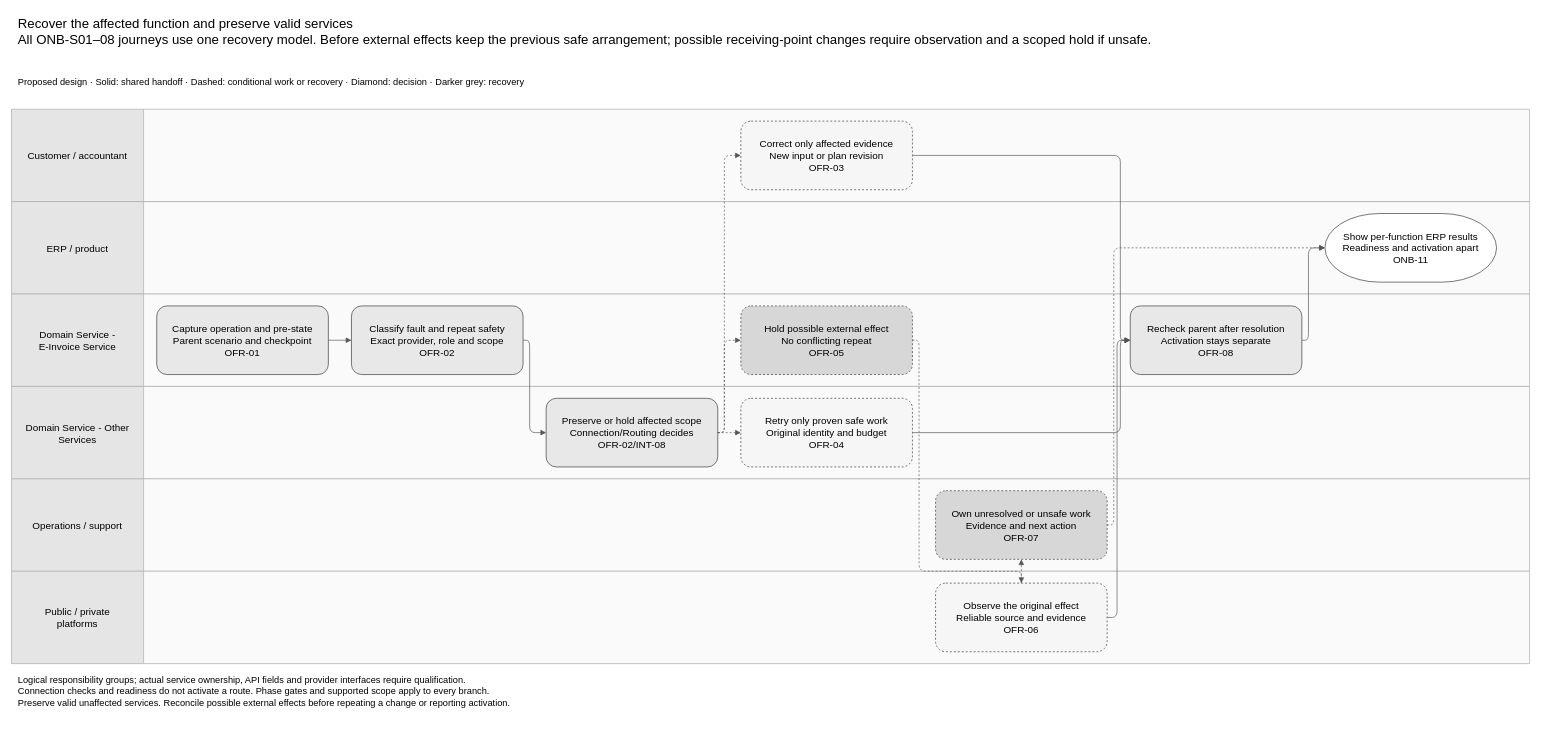
Before: assets/diagrams/onboarding-service-continuity-recovery-process.drawio in jiaxinhe0709/pm_second_brain, a draw.io diagram. Source tidied: cells renumbered, new cells numbered last; positions are measured from the earlier drawing's top-left corner, leaving out a move shared by most shapes. Both pictures are drawn from the tidied source at 66%, with x=0, y=0 at pixel (11, 11).
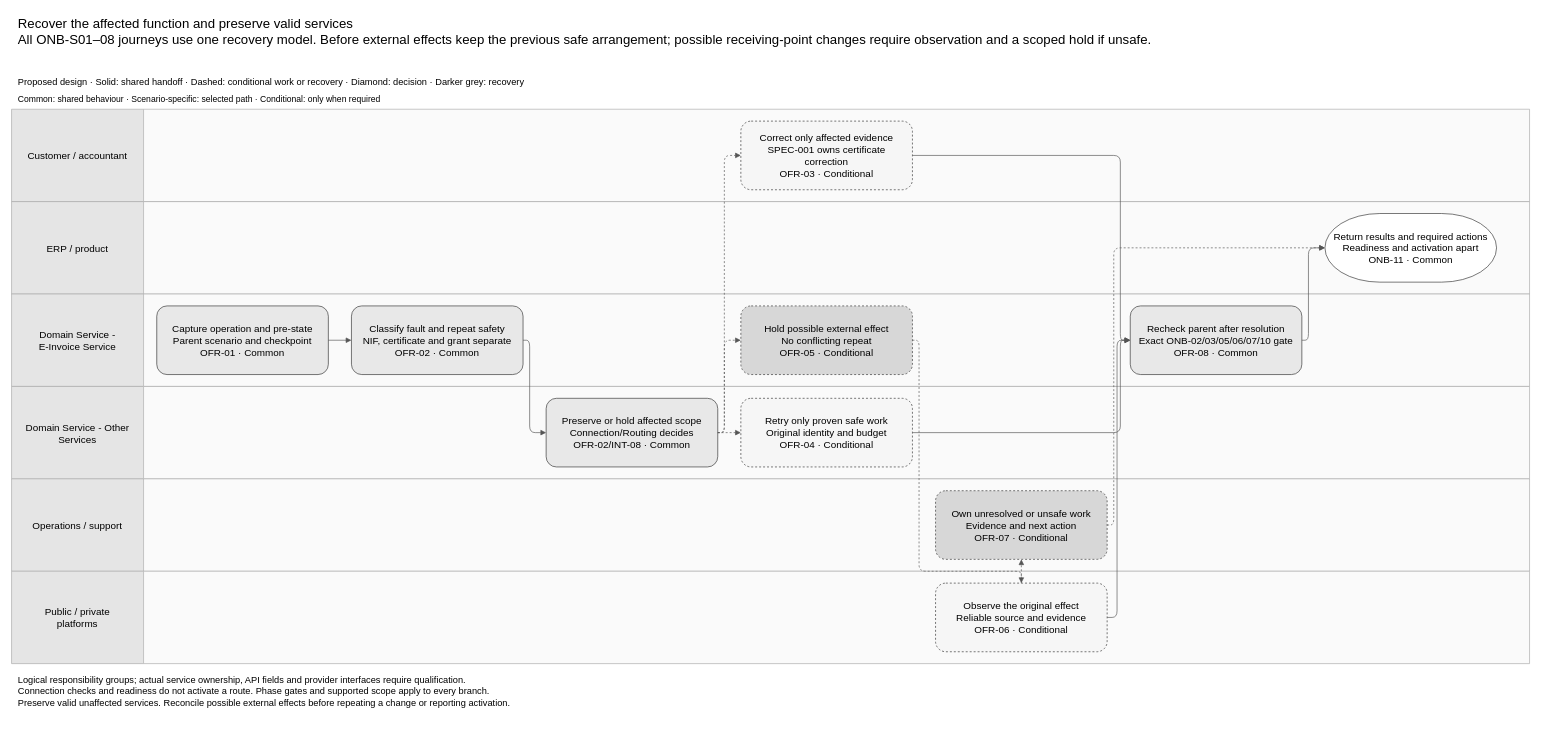
The same page after the edit.

Diff of the diagram source:
```diff
@@
     <mxCell id="3" value="Proposed design · Solid: shared handoff · Dashed: conditional work or recovery · Diamond: decision · Darker grey: recovery" style="text;html=0;align=left;fontSize=14;" parent="1" vertex="1">
-      <mxGeometry x="8" y="92" width="2284" height="36" as="geometry" />
+      <mxGeometry x="8" y="92" width="2284" height="22" as="geometry" />
     </mxCell>
+    <mxCell id="39" value="Common: shared behaviour · Scenario-specific: selected path · Conditional: only when required" style="text;html=0;align=left;fontSize=13;" parent="1" vertex="1">
+      <mxGeometry x="8" y="118" width="2284" height="24" as="geometry" />
+    </mxCell>
@@
-    <mxCell id="16" value="Capture operation and pre-state&#10;Parent scenario and checkpoint&#10;OFR-01" style="rounded=1;whiteSpace=wrap;html=0;fontSize=15;fillColor=#e8e8e8;strokeColor=#333333;spacing=8;" parent="1" vertex="1">
+    <mxCell id="16" value="Capture operation and pre-state&#10;Parent scenario and checkpoint&#10;OFR-01 · Common" style="rounded=1;whiteSpace=wrap;html=0;fontSize=15;fillColor=#e8e8e8;strokeColor=#333333;spacing=8;" parent="1" vertex="1">
       <mxGeometry x="220" y="446" width="260" height="104" as="geometry" />
     </mxCell>
-    <mxCell id="17" value="Classify fault and repeat safety&#10;Exact provider, role and scope&#10;OFR-02" style="rounded=1;whiteSpace=wrap;html=0;fontSize=15;fillColor=#e8e8e8;strokeColor=#333333;spacing=8;" parent="1" vertex="1">
+    <mxCell id="17" value="Classify fault and repeat safety&#10;NIF, certificate and grant separate&#10;OFR-02 · Common" style="rounded=1;whiteSpace=wrap;html=0;fontSize=15;fillColor=#e8e8e8;strokeColor=#333333;spacing=8;" parent="1" vertex="1">
       <mxGeometry x="515" y="446" width="260" height="104" as="geometry" />
     </mxCell>
-    <mxCell id="18" value="Preserve or hold affected scope&#10;Connection/Routing decides&#10;OFR-02/INT-08" style="rounded=1;whiteSpace=wrap;html=0;fontSize=15;fillColor=#e8e8e8;strokeColor=#333333;spacing=8;" parent="1" vertex="1">
+    <mxCell id="18" value="Preserve or hold affected scope&#10;Connection/Routing decides&#10;OFR-02/INT-08 · Common" style="rounded=1;whiteSpace=wrap;html=0;fontSize=15;fillColor=#e8e8e8;strokeColor=#333333;spacing=8;" parent="1" vertex="1">
       <mxGeometry x="810" y="586" width="260" height="104" as="geometry" />
     </mxCell>
-    <mxCell id="19" value="Correct only affected evidence&#10;New input or plan revision&#10;OFR-03" style="rounded=1;whiteSpace=wrap;html=0;fontSize=15;fillColor=#f6f6f6;strokeColor=#333333;spacing=8;dashed=1;" parent="1" vertex="1">
+    <mxCell id="19" value="Correct only affected evidence&#10;SPEC-001 owns certificate correction&#10;OFR-03 · Conditional" style="rounded=1;whiteSpace=wrap;html=0;fontSize=15;fillColor=#f6f6f6;strokeColor=#333333;spacing=8;dashed=1;" parent="1" vertex="1">
       <mxGeometry x="1105" y="166" width="260" height="104" as="geometry" />
     </mxCell>
-    <mxCell id="20" value="Retry only proven safe work&#10;Original identity and budget&#10;OFR-04" style="rounded=1;whiteSpace=wrap;html=0;fontSize=15;fillColor=#f6f6f6;strokeColor=#333333;spacing=8;dashed=1;" parent="1" vertex="1">
+    <mxCell id="20" value="Retry only proven safe work&#10;Original identity and budget&#10;OFR-04 · Conditional" style="rounded=1;whiteSpace=wrap;html=0;fontSize=15;fillColor=#f6f6f6;strokeColor=#333333;spacing=8;dashed=1;" parent="1" vertex="1">
       <mxGeometry x="1105" y="586" width="260" height="104" as="geometry" />
     </mxCell>
-    <mxCell id="21" value="Hold possible external effect&#10;No conflicting repeat&#10;OFR-05" style="rounded=1;whiteSpace=wrap;html=0;fontSize=15;fillColor=#d7d7d7;strokeColor=#333333;spacing=8;dashed=1;" parent="1" vertex="1">
+    <mxCell id="21" value="Hold possible external effect&#10;No conflicting repeat&#10;OFR-05 · Conditional" style="rounded=1;whiteSpace=wrap;html=0;fontSize=15;fillColor=#d7d7d7;strokeColor=#333333;spacing=8;dashed=1;" parent="1" vertex="1">
       <mxGeometry x="1105" y="446" width="260" height="104" as="geometry" />
     </mxCell>
-    <mxCell id="22" value="Observe the original effect&#10;Reliable source and evidence&#10;OFR-06" style="rounded=1;whiteSpace=wrap;html=0;fontSize=15;fillColor=#f6f6f6;strokeColor=#333333;spacing=8;dashed=1;" parent="1" vertex="1">
+    <mxCell id="22" value="Observe the original effect&#10;Reliable source and evidence&#10;OFR-06 · Conditional" style="rounded=1;whiteSpace=wrap;html=0;fontSize=15;fillColor=#f6f6f6;strokeColor=#333333;spacing=8;dashed=1;" parent="1" vertex="1">
       <mxGeometry x="1400" y="866" width="260" height="104" as="geometry" />
     </mxCell>
-    <mxCell id="23" value="Own unresolved or unsafe work&#10;Evidence and next action&#10;OFR-07" style="rounded=1;whiteSpace=wrap;html=0;fontSize=15;fillColor=#d7d7d7;strokeColor=#333333;spacing=8;dashed=1;" parent="1" vertex="1">
+    <mxCell id="23" value="Own unresolved or unsafe work&#10;Evidence and next action&#10;OFR-07 · Conditional" style="rounded=1;whiteSpace=wrap;html=0;fontSize=15;fillColor=#d7d7d7;strokeColor=#333333;spacing=8;dashed=1;" parent="1" vertex="1">
       <mxGeometry x="1400" y="726" width="260" height="104" as="geometry" />
     </mxCell>
-    <mxCell id="24" value="Recheck parent after resolution&#10;Activation stays separate&#10;OFR-08" style="rounded=1;whiteSpace=wrap;html=0;fontSize=15;fillColor=#e8e8e8;strokeColor=#333333;spacing=8;" parent="1" vertex="1">
+    <mxCell id="24" value="Recheck parent after resolution&#10;Exact ONB-02/03/05/06/07/10 gate&#10;OFR-08 · Common" style="rounded=1;whiteSpace=wrap;html=0;fontSize=15;fillColor=#e8e8e8;strokeColor=#333333;spacing=8;" parent="1" vertex="1">
       <mxGeometry x="1695" y="446" width="260" height="104" as="geometry" />
     </mxCell>
-    <mxCell id="25" value="Show per-function ERP results&#10;Readiness and activation apart&#10;ONB-11" style="rounded=1;arcSize=80;whiteSpace=wrap;html=0;fontSize=15;fillColor=#ffffff;strokeColor=#333333;spacing=8;" parent="1" vertex="1">
+    <mxCell id="25" value="Return results and required actions&#10;Readiness and activation apart&#10;ONB-11 · Common" style="rounded=1;arcSize=80;whiteSpace=wrap;html=0;fontSize=15;fillColor=#ffffff;strokeColor=#333333;spacing=8;" parent="1" vertex="1">
       <mxGeometry x="1990" y="306" width="260" height="104" as="geometry" />
     </mxCell>
```
